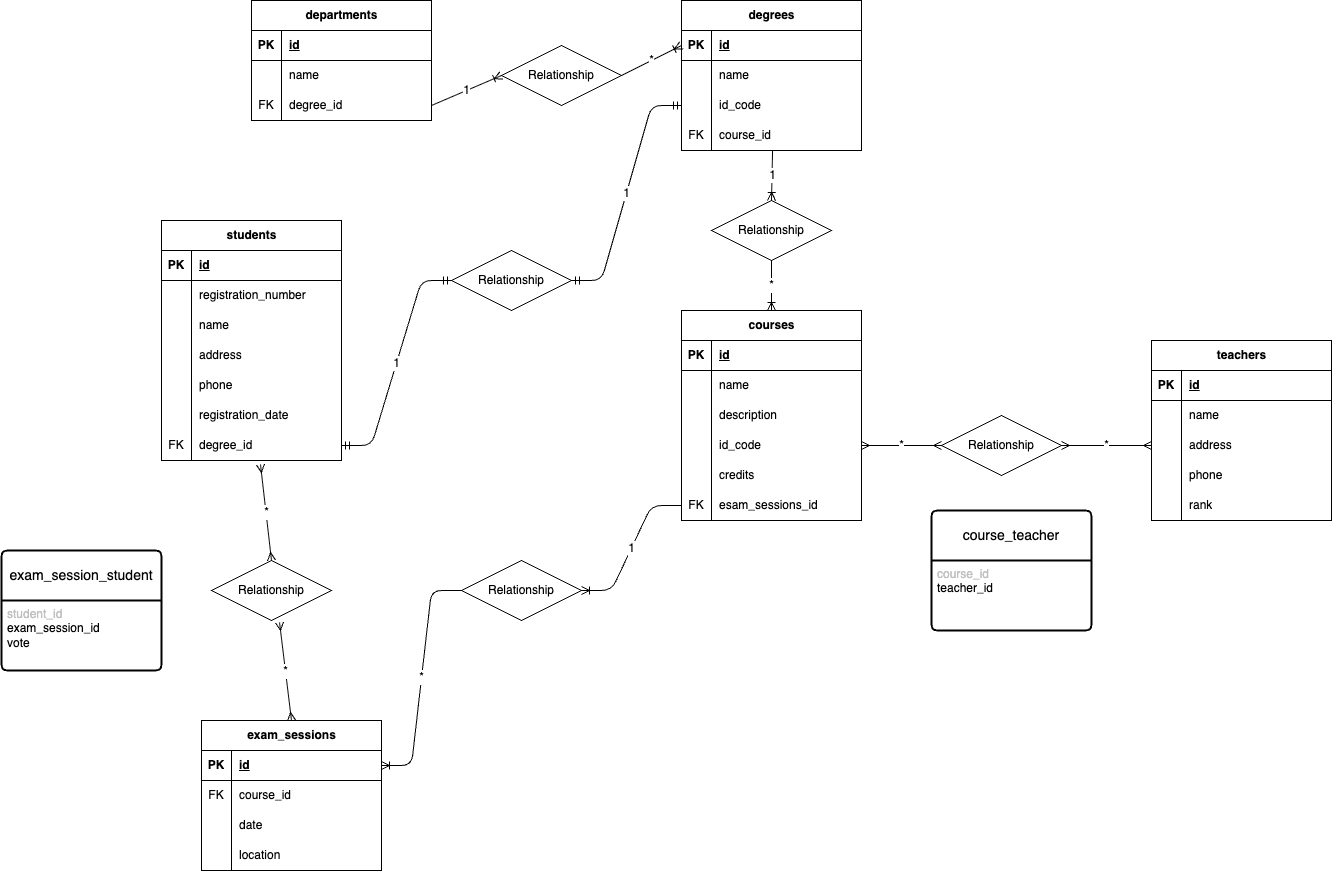
Before: DIAGRAM.png, a diagram exported from draw.io (andrea-pugliatti/db-university). Source tidied: cells renumbered, new cells last; positions are measured from the earlier drawing's top-left corner, leaving out a move shared by most shapes.
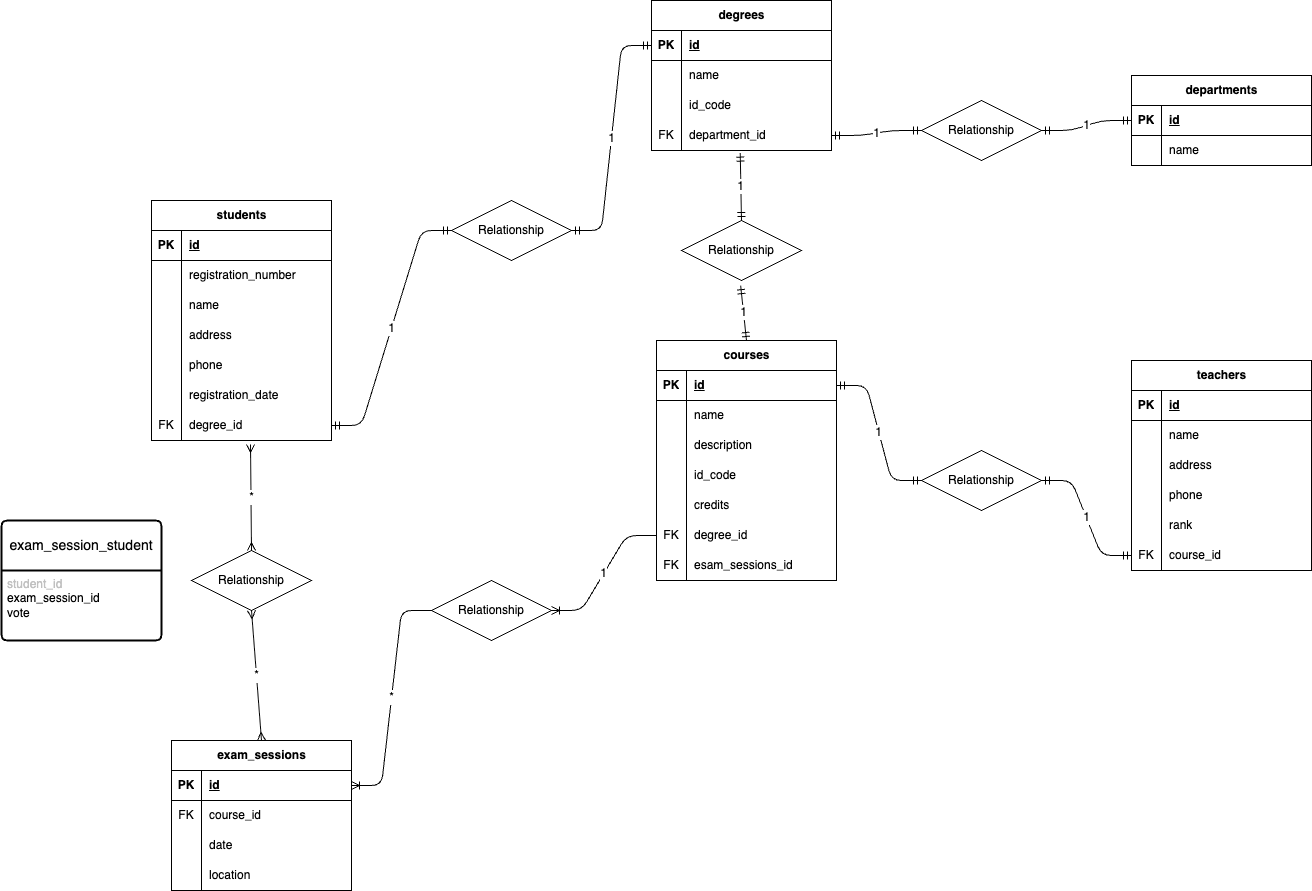
Later version of the same file.

Commit message:
Fix relationships, remove pivot table couse_teacher

The edit, as a diff of the source:
```diff
@@ -3,7 +3,7 @@
     <mxCell id="0" />
     <mxCell id="1" parent="0" />
     <mxCell id="2" value="departments" style="shape=table;startSize=30;rowLines=0;fontStyle=1;align=center;html=1;" parent="1" vertex="1">
-      <mxGeometry x="250" width="180" height="120" as="geometry" />
+      <mxGeometry x="1160" y="55" width="180" height="90" as="geometry" />
     </mxCell>
     <mxCell id="3" style="shape=tableRow;horizontal=0;startSize=0;swimlaneHead=0;swimlaneBody=0;fillColor=none;points=[[0,0.5],[1,0.5]];portConstraint=eastwest;top=0;left=0;right=0;bottom=1;" parent="2" vertex="1">
       <mxGeometry y="30" width="180" height="30" as="geometry" />
@@ -23,17 +23,8 @@
     <mxCell id="8" value="name" style="shape=partialRectangle;fillColor=none;top=0;left=0;bottom=0;right=0;align=left;spacingLeft=6;overflow=hidden;whiteSpace=wrap;html=1;" parent="6" vertex="1">
       <mxGeometry x="30" width="150" height="30" as="geometry" />
     </mxCell>
-    <mxCell id="9" style="shape=tableRow;horizontal=0;startSize=0;swimlaneHead=0;swimlaneBody=0;fillColor=none;points=[[0,0.5],[1,0.5]];portConstraint=eastwest;top=0;left=0;right=0;bottom=0;" parent="2" vertex="1">
-      <mxGeometry y="90" width="180" height="30" as="geometry" />
-    </mxCell>
-    <mxCell id="10" value="FK" style="shape=partialRectangle;fillColor=none;top=0;left=0;bottom=0;right=0;overflow=hidden;whiteSpace=wrap;html=1;" parent="9" vertex="1">
-      <mxGeometry width="30" height="30" as="geometry" />
-    </mxCell>
-    <mxCell id="11" value="degree_id" style="shape=partialRectangle;fillColor=none;top=0;left=0;bottom=0;right=0;align=left;spacingLeft=6;overflow=hidden;whiteSpace=wrap;html=1;" parent="9" vertex="1">
-      <mxGeometry x="30" width="150" height="30" as="geometry" />
-    </mxCell>
     <mxCell id="12" value="degrees" style="shape=table;startSize=30;rowLines=0;fontStyle=1;align=center;html=1;" parent="1" vertex="1">
-      <mxGeometry x="680" width="180" height="150" as="geometry" />
+      <mxGeometry x="680" y="-20" width="180" height="150" as="geometry" />
     </mxCell>
     <mxCell id="13" style="shape=tableRow;horizontal=0;startSize=0;swimlaneHead=0;swimlaneBody=0;fillColor=none;points=[[0,0.5],[1,0.5]];portConstraint=eastwest;top=0;left=0;right=0;bottom=1;" parent="12" vertex="1">
       <mxGeometry y="30" width="180" height="30" as="geometry" />
@@ -68,11 +59,11 @@
     <mxCell id="23" value="FK" style="shape=partialRectangle;fillColor=none;top=0;left=0;bottom=0;right=0;overflow=hidden;whiteSpace=wrap;html=1;" parent="22" vertex="1">
       <mxGeometry width="30" height="30" as="geometry" />
     </mxCell>
-    <mxCell id="24" value="course_id" style="shape=partialRectangle;fillColor=none;top=0;left=0;bottom=0;right=0;align=left;spacingLeft=6;overflow=hidden;whiteSpace=wrap;html=1;" parent="22" vertex="1">
+    <mxCell id="24" value="department_id" style="shape=partialRectangle;fillColor=none;top=0;left=0;bottom=0;right=0;align=left;spacingLeft=6;overflow=hidden;whiteSpace=wrap;html=1;" parent="22" vertex="1">
       <mxGeometry x="30" width="150" height="30" as="geometry" />
     </mxCell>
     <mxCell id="25" value="courses" style="shape=table;startSize=30;rowLines=0;fontStyle=1;align=center;html=1;" parent="1" vertex="1">
-      <mxGeometry x="680" y="310" width="180" height="210" as="geometry" />
+      <mxGeometry x="685" y="320" width="180" height="240" as="geometry" />
     </mxCell>
     <mxCell id="26" style="shape=tableRow;horizontal=0;startSize=0;swimlaneHead=0;swimlaneBody=0;fillColor=none;points=[[0,0.5],[1,0.5]];portConstraint=eastwest;top=0;left=0;right=0;bottom=1;" parent="25" vertex="1">
       <mxGeometry y="30" width="180" height="30" as="geometry" />
@@ -125,11 +116,20 @@
     <mxCell id="42" value="FK" style="shape=partialRectangle;fillColor=none;top=0;left=0;bottom=0;right=0;overflow=hidden;whiteSpace=wrap;html=1;" parent="41" vertex="1">
       <mxGeometry width="30" height="30" as="geometry" />
     </mxCell>
-    <mxCell id="43" value="esam_sessions_id" style="shape=partialRectangle;fillColor=none;top=0;left=0;bottom=0;right=0;align=left;spacingLeft=6;overflow=hidden;whiteSpace=wrap;html=1;" parent="41" vertex="1">
+    <mxCell id="43" value="degree_id" style="shape=partialRectangle;fillColor=none;top=0;left=0;bottom=0;right=0;align=left;spacingLeft=6;overflow=hidden;whiteSpace=wrap;html=1;" parent="41" vertex="1">
       <mxGeometry x="30" width="150" height="30" as="geometry" />
     </mxCell>
+    <mxCell id="117" style="shape=tableRow;horizontal=0;startSize=0;swimlaneHead=0;swimlaneBody=0;fillColor=none;top=0;left=0;right=0;bottom=0;" parent="25" vertex="1">
+      <mxGeometry y="210" width="180" height="30" as="geometry" />
+    </mxCell>
+    <mxCell id="118" value="FK" style="shape=partialRectangle;fillColor=none;top=0;left=0;bottom=0;right=0;overflow=hidden;whiteSpace=wrap;html=1;" parent="117" vertex="1">
+      <mxGeometry width="30" height="30" as="geometry" />
+    </mxCell>
+    <mxCell id="119" value="esam_sessions_id" style="shape=partialRectangle;fillColor=none;top=0;left=0;bottom=0;right=0;align=left;spacingLeft=6;overflow=hidden;whiteSpace=wrap;html=1;" parent="117" vertex="1">
+      <mxGeometry x="30" width="150" height="30" as="geometry" />
+    </mxCell>
     <mxCell id="44" value="teachers" style="shape=table;startSize=30;rowLines=0;fontStyle=1;align=center;html=1;" parent="1" vertex="1">
-      <mxGeometry x="1150" y="340" width="180" height="180" as="geometry" />
+      <mxGeometry x="1160" y="340" width="180" height="210" as="geometry" />
     </mxCell>
     <mxCell id="45" style="shape=tableRow;horizontal=0;startSize=0;swimlaneHead=0;swimlaneBody=0;fillColor=none;top=0;left=0;right=0;bottom=1;" parent="44" vertex="1">
       <mxGeometry y="30" width="180" height="30" as="geometry" />
@@ -176,12 +176,15 @@
     <mxCell id="59" value="rank" style="shape=partialRectangle;fillColor=none;top=0;left=0;bottom=0;right=0;align=left;spacingLeft=6;overflow=hidden;whiteSpace=wrap;html=1;" parent="57" vertex="1">
       <mxGeometry x="30" width="150" height="30" as="geometry" />
     </mxCell>
-    <mxCell id="60" value="course_teacher" style="swimlane;horizontal=1;startSize=50;rounded=1;fontSize=14;fontStyle=0;strokeWidth=2;shadow=0;dashed=0;align=center;arcSize=4;whiteSpace=wrap;html=1;" parent="1" vertex="1">
-      <mxGeometry x="930" y="510" width="160" height="120" as="geometry" />
-    </mxCell>
-    <mxCell id="61" value="&lt;span style=&quot;color: rgb(192, 192, 192); background-color: transparent;&quot;&gt;course_id&lt;/span&gt;&lt;div&gt;teacher_id&lt;/div&gt;" style="align=left;strokeColor=none;fillColor=none;spacingLeft=4;fontSize=12;verticalAlign=top;html=1;" parent="60" vertex="1">
-      <mxGeometry y="50" width="160" height="70" as="geometry" />
-    </mxCell>
+    <mxCell id="120" style="shape=tableRow;horizontal=0;startSize=0;swimlaneHead=0;swimlaneBody=0;fillColor=none;points=[[0,0.5],[1,0.5]];portConstraint=eastwest;top=0;left=0;right=0;bottom=0;" parent="44" vertex="1">
+      <mxGeometry y="180" width="180" height="30" as="geometry" />
+    </mxCell>
+    <mxCell id="121" value="FK" style="shape=partialRectangle;fillColor=none;top=0;left=0;bottom=0;right=0;overflow=hidden;whiteSpace=wrap;html=1;" parent="120" vertex="1">
+      <mxGeometry width="30" height="30" as="geometry" />
+    </mxCell>
+    <mxCell id="122" value="course_id" style="shape=partialRectangle;fillColor=none;top=0;left=0;bottom=0;right=0;align=left;spacingLeft=6;overflow=hidden;whiteSpace=wrap;html=1;" parent="120" vertex="1">
+      <mxGeometry x="30" width="150" height="30" as="geometry" />
+    </mxCell>
     <mxCell id="62" value="exam_sessions" style="shape=table;startSize=30;rowLines=0;fontStyle=1;align=center;html=1;" parent="1" vertex="1">
       <mxGeometry x="200" y="720" width="180" height="150" as="geometry" />
     </mxCell>
@@ -222,7 +225,7 @@
       <mxGeometry x="30" width="150" height="30" as="geometry" />
     </mxCell>
     <mxCell id="75" value="students" style="shape=table;startSize=30;rowLines=0;fontStyle=1;align=center;html=1;" parent="1" vertex="1">
-      <mxGeometry x="160" y="220" width="180" height="240" as="geometry" />
+      <mxGeometry x="180" y="180" width="180" height="240" as="geometry" />
     </mxCell>
     <mxCell id="76" style="shape=tableRow;horizontal=0;startSize=0;swimlaneHead=0;swimlaneBody=0;fillColor=none;top=0;left=0;right=0;bottom=1;" parent="75" vertex="1">
       <mxGeometry y="30" width="180" height="30" as="geometry" />
@@ -288,38 +291,11 @@
       <mxGeometry x="30" width="150" height="30" as="geometry" />
     </mxCell>
     <mxCell id="97" value="exam_session_student" style="swimlane;horizontal=1;startSize=50;rounded=1;fontSize=14;fontStyle=0;strokeWidth=2;shadow=0;dashed=0;align=center;arcSize=4;whiteSpace=wrap;html=1;" parent="1" vertex="1">
-      <mxGeometry y="550" width="160" height="120" as="geometry" />
+      <mxGeometry x="30" y="500" width="160" height="120" as="geometry" />
     </mxCell>
     <mxCell id="98" value="&lt;span style=&quot;color: rgb(192, 192, 192); background-color: transparent;&quot;&gt;student_id&lt;/span&gt;&lt;div&gt;exam_session_id&lt;/div&gt;&lt;div&gt;vote&lt;/div&gt;" style="align=left;strokeColor=none;fillColor=none;spacingLeft=4;fontSize=12;verticalAlign=top;html=1;" parent="97" vertex="1">
       <mxGeometry y="50" width="160" height="70" as="geometry" />
     </mxCell>
-    <mxCell id="99" value="*" style="fontSize=12;html=1;endArrow=ERoneToMany;exitX=1;exitY=0.5;exitDx=0;exitDy=0;entryX=0;entryY=0.5;entryDx=0;entryDy=0;" parent="1" edge="1" source="101" target="13">
-      <mxGeometry relative="1" as="geometry" />
-    </mxCell>
-    <mxCell id="100" value="1" style="fontSize=12;html=1;endArrow=ERoneToMany;exitX=1;exitY=0.5;exitDx=0;exitDy=0;entryX=0;entryY=0.5;entryDx=0;entryDy=0;" parent="1" edge="1" source="9" target="101">
-      <mxGeometry relative="1" as="geometry" />
-    </mxCell>
-    <mxCell id="101" value="Relationship" style="shape=rhombus;perimeter=rhombusPerimeter;whiteSpace=wrap;html=1;align=center;" parent="1" vertex="1">
-      <mxGeometry x="500" y="45" width="120" height="60" as="geometry" />
-    </mxCell>
-    <mxCell id="102" value="*" style="fontSize=12;html=1;endArrow=ERoneToMany;exitX=0.5;exitY=1;exitDx=0;exitDy=0;entryX=0.5;entryY=0;entryDx=0;entryDy=0;" parent="1" edge="1" source="104" target="25">
-      <mxGeometry relative="1" as="geometry" />
-    </mxCell>
-    <mxCell id="103" value="1" style="fontSize=12;html=1;endArrow=ERoneToMany;exitX=0.506;exitY=1;exitDx=0;exitDy=0;entryX=0.5;entryY=0;entryDx=0;entryDy=0;exitPerimeter=0;" parent="1" edge="1" source="22" target="104">
-      <mxGeometry relative="1" as="geometry" />
-    </mxCell>
-    <mxCell id="104" value="Relationship" style="shape=rhombus;perimeter=rhombusPerimeter;whiteSpace=wrap;html=1;align=center;" parent="1" vertex="1">
-      <mxGeometry x="710" y="200" width="120" height="60" as="geometry" />
-    </mxCell>
-    <mxCell id="105" value="*" style="fontSize=12;html=1;endArrow=ERmany;startArrow=ERmany;exitX=1;exitY=0.5;exitDx=0;exitDy=0;entryX=0;entryY=0.5;entryDx=0;entryDy=0;" parent="1" edge="1" source="107" target="51">
-      <mxGeometry relative="1" as="geometry" />
-    </mxCell>
-    <mxCell id="106" value="*" style="fontSize=12;html=1;endArrow=ERmany;startArrow=ERmany;exitX=1;exitY=0.5;exitDx=0;exitDy=0;entryX=0;entryY=0.5;entryDx=0;entryDy=0;" parent="1" edge="1" source="35" target="107">
-      <mxGeometry relative="1" as="geometry" />
-    </mxCell>
-    <mxCell id="107" value="Relationship" style="shape=rhombus;perimeter=rhombusPerimeter;whiteSpace=wrap;html=1;align=center;" parent="1" vertex="1">
-      <mxGeometry x="940" y="415" width="120" height="60" as="geometry" />
-    </mxCell>
     <mxCell id="108" value="*" style="fontSize=12;html=1;endArrow=ERoneToMany;exitX=0;exitY=0.5;exitDx=0;exitDy=0;entryX=1;entryY=0.5;entryDx=0;entryDy=0;edgeStyle=entityRelationEdgeStyle;" parent="1" edge="1" source="110" target="63">
       <mxGeometry relative="1" as="geometry" />
     </mxCell>
@@ -329,23 +305,50 @@
     <mxCell id="110" value="Relationship" style="shape=rhombus;perimeter=rhombusPerimeter;whiteSpace=wrap;html=1;align=center;" parent="1" vertex="1">
       <mxGeometry x="460" y="560" width="120" height="60" as="geometry" />
     </mxCell>
-    <mxCell id="111" value="1" style="edgeStyle=entityRelationEdgeStyle;fontSize=12;html=1;endArrow=ERmandOne;startArrow=ERmandOne;exitX=1;exitY=0.5;exitDx=0;exitDy=0;entryX=0;entryY=0.5;entryDx=0;entryDy=0;" parent="1" edge="1" source="113" target="19">
+    <mxCell id="111" value="1" style="edgeStyle=entityRelationEdgeStyle;fontSize=12;html=1;endArrow=ERmandOne;startArrow=ERmandOne;exitX=1;exitY=0.5;exitDx=0;exitDy=0;entryX=0;entryY=0.5;entryDx=0;entryDy=0;" parent="1" edge="1" source="113" target="13">
       <mxGeometry relative="1" as="geometry" />
     </mxCell>
     <mxCell id="112" value="1" style="edgeStyle=entityRelationEdgeStyle;fontSize=12;html=1;endArrow=ERmandOne;startArrow=ERmandOne;exitX=1;exitY=0.5;exitDx=0;exitDy=0;entryX=0;entryY=0.5;entryDx=0;entryDy=0;" parent="1" edge="1" source="94" target="113">
       <mxGeometry relative="1" as="geometry" />
     </mxCell>
     <mxCell id="113" value="Relationship" style="shape=rhombus;perimeter=rhombusPerimeter;whiteSpace=wrap;html=1;align=center;" parent="1" vertex="1">
-      <mxGeometry x="450" y="250" width="120" height="60" as="geometry" />
+      <mxGeometry x="480" y="180" width="120" height="60" as="geometry" />
     </mxCell>
     <mxCell id="114" value="*" style="fontSize=12;html=1;endArrow=ERmany;startArrow=ERmany;entryX=0.55;entryY=1.133;entryDx=0;entryDy=0;entryPerimeter=0;exitX=0.5;exitY=0;exitDx=0;exitDy=0;" parent="1" edge="1" source="116" target="94">
       <mxGeometry relative="1" as="geometry" />
     </mxCell>
-    <mxCell id="115" value="*" style="fontSize=12;html=1;endArrow=ERmany;startArrow=ERmany;entryX=0.567;entryY=1.033;entryDx=0;entryDy=0;entryPerimeter=0;exitX=0.5;exitY=0;exitDx=0;exitDy=0;" parent="1" edge="1" source="62" target="116">
+    <mxCell id="115" value="*" style="fontSize=12;html=1;endArrow=ERmany;startArrow=ERmany;exitX=0.5;exitY=0;exitDx=0;exitDy=0;entryX=0.5;entryY=1;entryDx=0;entryDy=0;" parent="1" edge="1" source="62" target="116">
       <mxGeometry relative="1" as="geometry" />
     </mxCell>
     <mxCell id="116" value="Relationship" style="shape=rhombus;perimeter=rhombusPerimeter;whiteSpace=wrap;html=1;align=center;" parent="1" vertex="1">
-      <mxGeometry x="210" y="560" width="120" height="60" as="geometry" />
+      <mxGeometry x="220" y="530" width="120" height="60" as="geometry" />
     </mxCell>
+    <mxCell id="123" value="1" style="fontSize=12;html=1;endArrow=ERmandOne;startArrow=ERmandOne;exitX=0.5;exitY=0;exitDx=0;exitDy=0;entryX=0.493;entryY=1.087;entryDx=0;entryDy=0;entryPerimeter=0;" parent="1" edge="1" source="104" target="22">
+      <mxGeometry relative="1" as="geometry" />
+    </mxCell>
+    <mxCell id="124" value="1" style="fontSize=12;html=1;endArrow=ERmandOne;startArrow=ERmandOne;exitX=0.5;exitY=0;exitDx=0;exitDy=0;entryX=0.493;entryY=1.087;entryDx=0;entryDy=0;entryPerimeter=0;" parent="1" edge="1" source="25" target="104">
+      <mxGeometry relative="1" as="geometry" />
+    </mxCell>
+    <mxCell id="104" value="Relationship" style="shape=rhombus;perimeter=rhombusPerimeter;whiteSpace=wrap;html=1;align=center;" parent="1" vertex="1">
+      <mxGeometry x="710" y="200" width="120" height="60" as="geometry" />
+    </mxCell>
+    <mxCell id="125" value="1" style="edgeStyle=entityRelationEdgeStyle;fontSize=12;html=1;endArrow=ERmandOne;startArrow=ERmandOne;exitX=1;exitY=0.5;exitDx=0;exitDy=0;entryX=0;entryY=0.5;entryDx=0;entryDy=0;" parent="1" edge="1" source="101" target="3">
+      <mxGeometry relative="1" as="geometry" />
+    </mxCell>
+    <mxCell id="126" value="1" style="edgeStyle=entityRelationEdgeStyle;fontSize=12;html=1;endArrow=ERmandOne;startArrow=ERmandOne;exitX=1;exitY=0.5;exitDx=0;exitDy=0;entryX=0;entryY=0.5;entryDx=0;entryDy=0;" parent="1" edge="1" source="22" target="101">
+      <mxGeometry relative="1" as="geometry" />
+    </mxCell>
+    <mxCell id="101" value="Relationship" style="shape=rhombus;perimeter=rhombusPerimeter;whiteSpace=wrap;html=1;align=center;" parent="1" vertex="1">
+      <mxGeometry x="950" y="80" width="120" height="60" as="geometry" />
+    </mxCell>
+    <mxCell id="127" value="1" style="edgeStyle=entityRelationEdgeStyle;fontSize=12;html=1;endArrow=ERmandOne;startArrow=ERmandOne;exitX=1;exitY=0.5;exitDx=0;exitDy=0;entryX=0;entryY=0.5;entryDx=0;entryDy=0;" parent="1" edge="1" source="107" target="120">
+      <mxGeometry relative="1" as="geometry" />
+    </mxCell>
+    <mxCell id="128" value="1" style="edgeStyle=entityRelationEdgeStyle;fontSize=12;html=1;endArrow=ERmandOne;startArrow=ERmandOne;exitX=1;exitY=0.5;exitDx=0;exitDy=0;entryX=0;entryY=0.5;entryDx=0;entryDy=0;" parent="1" edge="1" source="26" target="107">
+      <mxGeometry relative="1" as="geometry" />
+    </mxCell>
+    <mxCell id="107" value="Relationship" style="shape=rhombus;perimeter=rhombusPerimeter;whiteSpace=wrap;html=1;align=center;" parent="1" vertex="1">
+      <mxGeometry x="950" y="430" width="120" height="60" as="geometry" />
+    </mxCell>
   </root>
 </mxGraphModel>
```
